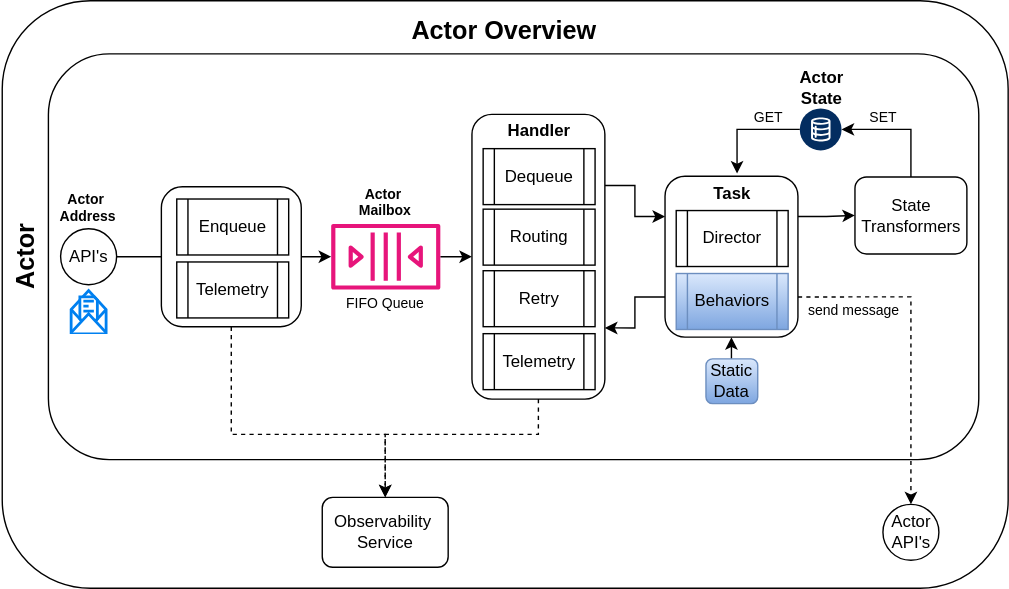
The draw.io diagram docs/ActorOverview.svg in sunlao/py_sudoku_solver, before a commit. Source tidied: cells renumbered, new cells last; positions are measured from the earlier drawing's top-left corner, leaving out a move shared by most shapes. The source it was exported from:
```xml
<mxGraphModel>
  <root>
    <mxCell id="0" />
    <mxCell id="1" parent="0" />
    <mxCell id="2" style="rounded=1;whiteSpace=wrap;html=1;" parent="1" vertex="1">
      <mxGeometry x="1" width="719" height="420" as="geometry" />
    </mxCell>
    <mxCell id="3" style="rounded=1;whiteSpace=wrap;html=1;" parent="1" vertex="1">
      <mxGeometry x="34" y="38" width="665" height="290" as="geometry" />
    </mxCell>
    <mxCell id="4" style="edgeStyle=orthogonalEdgeStyle;rounded=0;jettySize=auto;html=1;entryX=0;entryY=0.25;entryDx=0;entryDy=0;exitX=1;exitY=0.25;exitDx=0;exitDy=0;" parent="1" edge="1" source="5" target="24">
      <mxGeometry relative="1" as="geometry" />
    </mxCell>
    <mxCell id="5" value="v" style="rounded=1;whiteSpace=wrap;html=1;" parent="1" vertex="1">
      <mxGeometry x="336.7" y="81.2" width="95" height="203.5" as="geometry" />
    </mxCell>
    <mxCell id="6" style="edgeStyle=orthogonalEdgeStyle;rounded=0;jettySize=auto;html=1;entryX=0.5;entryY=0;entryDx=0;entryDy=0;dashed=1;" parent="1" edge="1" source="8" target="30">
      <mxGeometry relative="1" as="geometry">
        <Array as="points">
          <mxPoint x="165" y="310" />
          <mxPoint x="275" y="310" />
        </Array>
      </mxGeometry>
    </mxCell>
    <mxCell id="7" style="edgeStyle=orthogonalEdgeStyle;rounded=0;jettySize=auto;html=1;" parent="1" edge="1" source="8" target="12">
      <mxGeometry relative="1" as="geometry" />
    </mxCell>
    <mxCell id="8" style="rounded=1;whiteSpace=wrap;html=1;" parent="1" vertex="1">
      <mxGeometry x="114.7" y="133" width="100" height="100" as="geometry" />
    </mxCell>
    <mxCell id="9" style="edgeStyle=orthogonalEdgeStyle;rounded=0;jettySize=auto;html=1;endArrow=none;endFill=0;" parent="1" edge="1" source="10" target="8">
      <mxGeometry relative="1" as="geometry" />
    </mxCell>
    <mxCell id="10" value="API's" style="ellipse;whiteSpace=wrap;html=1;" parent="1" vertex="1">
      <mxGeometry x="42.7" y="163" width="40" height="40" as="geometry" />
    </mxCell>
    <mxCell id="11" style="edgeStyle=orthogonalEdgeStyle;rounded=0;jettySize=auto;html=1;entryX=0;entryY=0.5;entryDx=0;entryDy=0;" parent="1" edge="1" source="12" target="5">
      <mxGeometry relative="1" as="geometry" />
    </mxCell>
    <mxCell id="12" style="sketch=0;outlineConnect=0;fontColor=#232F3E;gradientColor=none;fillColor=#E7157B;strokeColor=none;dashed=0;verticalLabelPosition=bottom;verticalAlign=top;align=center;html=1;fontSize=12;fontStyle=0;shape=mxgraph.aws4.queue;" parent="1" vertex="1">
      <mxGeometry x="236.1" y="159.5" width="78" height="47" as="geometry" />
    </mxCell>
    <mxCell id="13" value="Enqueue" style="shape=process;whiteSpace=wrap;html=1;backgroundOutline=1;" parent="1" vertex="1">
      <mxGeometry x="125.7" y="141.8" width="80" height="40" as="geometry" />
    </mxCell>
    <mxCell id="14" value="Telemetry" style="shape=process;whiteSpace=wrap;html=1;backgroundOutline=1;" parent="1" vertex="1">
      <mxGeometry x="125.7" y="186.8" width="80" height="40" as="geometry" />
    </mxCell>
    <mxCell id="15" value="Routing" style="shape=process;whiteSpace=wrap;html=1;backgroundOutline=1;" parent="1" vertex="1">
      <mxGeometry x="344.7" y="149" width="80" height="40" as="geometry" />
    </mxCell>
    <mxCell id="16" value="Handler" style="text;html=1;whiteSpace=wrap;strokeColor=none;fillColor=none;align=center;verticalAlign=middle;rounded=0;fontStyle=1;" parent="1" vertex="1">
      <mxGeometry x="334.7" y="79" width="100" height="27" as="geometry" />
    </mxCell>
    <mxCell id="17" value="Retry" style="shape=process;whiteSpace=wrap;html=1;backgroundOutline=1;" parent="1" vertex="1">
      <mxGeometry x="344.7" y="193" width="80" height="40" as="geometry" />
    </mxCell>
    <mxCell id="18" style="edgeStyle=orthogonalEdgeStyle;rounded=0;jettySize=auto;html=1;entryX=0.5;entryY=0;entryDx=0;entryDy=0;exitX=0.5;exitY=1;exitDx=0;exitDy=0;dashed=1;" parent="1" edge="1" source="5" target="30">
      <mxGeometry relative="1" as="geometry">
        <Array as="points">
          <mxPoint x="384" y="310" />
          <mxPoint x="275" y="310" />
        </Array>
      </mxGeometry>
    </mxCell>
    <mxCell id="19" value="Telemetry" style="shape=process;whiteSpace=wrap;html=1;backgroundOutline=1;" parent="1" vertex="1">
      <mxGeometry x="344.7" y="238" width="80" height="40" as="geometry" />
    </mxCell>
    <mxCell id="20" style="edgeStyle=orthogonalEdgeStyle;rounded=0;jettySize=auto;html=1;exitX=1;exitY=0.75;exitDx=0;exitDy=0;dashed=1;" parent="1" edge="1" source="24" target="28">
      <mxGeometry relative="1" as="geometry" />
    </mxCell>
    <mxCell id="21" style="edgeStyle=orthogonalEdgeStyle;rounded=0;jettySize=auto;html=1;entryX=0;entryY=0.5;entryDx=0;entryDy=0;exitX=1;exitY=0.25;exitDx=0;exitDy=0;" parent="1" edge="1" source="24" target="35">
      <mxGeometry relative="1" as="geometry" />
    </mxCell>
    <mxCell id="22" style="edgeStyle=orthogonalEdgeStyle;rounded=0;jettySize=auto;html=1;entryX=1;entryY=0.75;entryDx=0;entryDy=0;exitX=0;exitY=0.75;exitDx=0;exitDy=0;" parent="1" edge="1" source="24" target="5">
      <mxGeometry relative="1" as="geometry" />
    </mxCell>
    <mxCell id="23" style="edgeStyle=orthogonalEdgeStyle;rounded=0;jettySize=auto;html=1;startArrow=classic;startFill=1;endArrow=none;endFill=0;" parent="1" edge="1" source="24" target="40">
      <mxGeometry relative="1" as="geometry" />
    </mxCell>
    <mxCell id="24" value="v" style="rounded=1;whiteSpace=wrap;html=1;" parent="1" vertex="1">
      <mxGeometry x="474.7" y="125.5" width="95" height="115" as="geometry" />
    </mxCell>
    <mxCell id="25" value="Director" style="shape=process;whiteSpace=wrap;html=1;backgroundOutline=1;" parent="1" vertex="1">
      <mxGeometry x="482.7" y="150" width="80" height="40" as="geometry" />
    </mxCell>
    <mxCell id="26" value="Task" style="text;html=1;whiteSpace=wrap;strokeColor=none;fillColor=none;align=center;verticalAlign=middle;rounded=0;fontStyle=1;" parent="1" vertex="1">
      <mxGeometry x="472.7" y="128" width="100" height="20" as="geometry" />
    </mxCell>
    <mxCell id="27" value="Behaviors" style="shape=process;whiteSpace=wrap;html=1;backgroundOutline=1;fillColor=#dae8fc;strokeColor=light-dark(#6c8ebf, #6595d7);gradientColor=#7ea6e0;" parent="1" vertex="1">
      <mxGeometry x="482.7" y="195" width="80" height="40" as="geometry" />
    </mxCell>
    <mxCell id="28" value="&lt;div&gt;Actor API's&lt;/div&gt;" style="ellipse;whiteSpace=wrap;html=1;" parent="1" vertex="1">
      <mxGeometry x="630.5" y="360" width="40" height="40" as="geometry" />
    </mxCell>
    <mxCell id="29" value="Actor Overview" style="text;html=1;whiteSpace=wrap;strokeColor=none;fillColor=none;align=center;verticalAlign=middle;rounded=0;fontStyle=1;fontSize=18;" parent="1" vertex="1">
      <mxGeometry y="8" width="720" height="27" as="geometry" />
    </mxCell>
    <mxCell id="30" value="Observability&amp;nbsp;&lt;div&gt;Service&lt;/div&gt;" style="rounded=1;whiteSpace=wrap;html=1;" parent="1" vertex="1">
      <mxGeometry x="229.7" y="355" width="90" height="50" as="geometry" />
    </mxCell>
    <mxCell id="31" value="Actor&amp;nbsp;&lt;div&gt;Mailbox&lt;/div&gt;" style="text;html=1;whiteSpace=wrap;strokeColor=none;fillColor=none;align=center;verticalAlign=middle;rounded=0;fontStyle=1;fontSize=10;" parent="1" vertex="1">
      <mxGeometry x="233" y="129.8" width="84.3" height="28.2" as="geometry" />
    </mxCell>
    <mxCell id="32" value="Actor" style="text;html=1;whiteSpace=wrap;strokeColor=none;fillColor=none;align=center;verticalAlign=top;rounded=0;fontStyle=1;fontSize=18;horizontal=0;" parent="1" vertex="1">
      <mxGeometry x="1" y="38" width="30" height="290" as="geometry" />
    </mxCell>
    <mxCell id="33" style="html=1;verticalLabelPosition=bottom;align=center;labelBackgroundColor=#ffffff;verticalAlign=top;strokeWidth=2;strokeColor=#0080F0;shadow=0;dashed=0;shape=mxgraph.ios7.icons.envelope_(message);" parent="1" vertex="1">
      <mxGeometry x="50.2" y="207.2" width="25" height="30" as="geometry" />
    </mxCell>
    <mxCell id="34" value="&lt;div&gt;&lt;font style=&quot;&quot;&gt;&lt;span style=&quot;background-color: transparent; color: light-dark(rgb(0, 0, 0), rgb(255, 255, 255));&quot;&gt;FIFO &lt;/span&gt;Queue&lt;/font&gt;&lt;br&gt;&lt;/div&gt;" style="text;html=1;whiteSpace=wrap;strokeColor=none;fillColor=none;align=center;verticalAlign=middle;rounded=0;fontStyle=0;fontSize=10;" parent="1" vertex="1">
      <mxGeometry x="235.1" y="206.8" width="80" height="18.2" as="geometry" />
    </mxCell>
    <mxCell id="35" value="State Transformers" style="rounded=1;whiteSpace=wrap;html=1;" parent="1" vertex="1">
      <mxGeometry x="610.5" y="126" width="80" height="55" as="geometry" />
    </mxCell>
    <mxCell id="36" value="&lt;font style=&quot;font-size: 12px;&quot;&gt;Actor&lt;/font&gt;&lt;div&gt;&lt;font style=&quot;font-size: 12px;&quot;&gt;State&lt;/font&gt;&lt;/div&gt;" style="text;html=1;whiteSpace=wrap;strokeColor=none;fillColor=none;align=center;verticalAlign=middle;rounded=0;fontStyle=1;fontSize=10;" parent="1" vertex="1">
      <mxGeometry x="556.5" y="48" width="60" height="27" as="geometry" />
    </mxCell>
    <mxCell id="37" style="edgeStyle=orthogonalEdgeStyle;rounded=0;jettySize=auto;html=1;entryX=0.5;entryY=0;entryDx=0;entryDy=0;startArrow=classic;startFill=1;endArrow=none;endFill=0;" parent="1" edge="1" source="38" target="35">
      <mxGeometry relative="1" as="geometry" />
    </mxCell>
    <mxCell id="38" style="verticalLabelPosition=bottom;html=1;shape=mxgraph.salesforce.data2;fillColorStyles=fillColor2,fillColor3;fillColor2=#032d60;fillColor3=#ffffff;fillColor=none;strokeColor=none;" parent="1" vertex="1">
      <mxGeometry x="571" y="77" width="30" height="30" as="geometry" />
    </mxCell>
    <mxCell id="39" value="Actor&amp;nbsp;&lt;div&gt;Address&lt;/div&gt;" style="text;html=1;whiteSpace=wrap;strokeColor=none;fillColor=none;align=center;verticalAlign=middle;rounded=0;fontStyle=1;fontSize=10;" parent="1" vertex="1">
      <mxGeometry x="35.3" y="135" width="54.9" height="25" as="geometry" />
    </mxCell>
    <mxCell id="40" value="&lt;div&gt;Static Data&lt;/div&gt;" style="rounded=1;whiteSpace=wrap;html=1;fillColor=#dae8fc;strokeColor=light-dark(#6c8ebf, #6595d7);gradientColor=#7ea6e0;" parent="1" vertex="1">
      <mxGeometry x="504" y="256" width="37" height="32" as="geometry" />
    </mxCell>
    <mxCell id="41" value="Dequeue" style="shape=process;whiteSpace=wrap;html=1;backgroundOutline=1;" parent="1" vertex="1">
      <mxGeometry x="344.7" y="105.8" width="80" height="40" as="geometry" />
    </mxCell>
    <mxCell id="42" value="&lt;div&gt;GET&lt;/div&gt;" style="text;html=1;whiteSpace=wrap;strokeColor=none;fillColor=none;align=center;verticalAlign=middle;rounded=0;fontStyle=0;fontSize=10;" parent="1" vertex="1">
      <mxGeometry x="527" y="73" width="44" height="19.8" as="geometry" />
    </mxCell>
    <mxCell id="43" value="&lt;div&gt;send message&lt;/div&gt;" style="text;html=1;whiteSpace=wrap;strokeColor=none;fillColor=none;align=center;verticalAlign=middle;rounded=0;fontStyle=0;fontSize=10;" parent="1" vertex="1">
      <mxGeometry x="570" y="211.4" width="80" height="19.8" as="geometry" />
    </mxCell>
    <mxCell id="44" style="edgeStyle=orthogonalEdgeStyle;rounded=0;jettySize=auto;html=1;entryX=0.542;entryY=-0.017;entryDx=0;entryDy=0;entryPerimeter=0;" parent="1" edge="1" source="38" target="24">
      <mxGeometry relative="1" as="geometry" />
    </mxCell>
    <mxCell id="45" value="&lt;div&gt;SET&lt;/div&gt;" style="text;html=1;whiteSpace=wrap;strokeColor=none;fillColor=none;align=center;verticalAlign=middle;rounded=0;fontStyle=0;fontSize=10;" parent="1" vertex="1">
      <mxGeometry x="610" y="73" width="41.5" height="19.8" as="geometry" />
    </mxCell>
  </root>
</mxGraphModel>
```
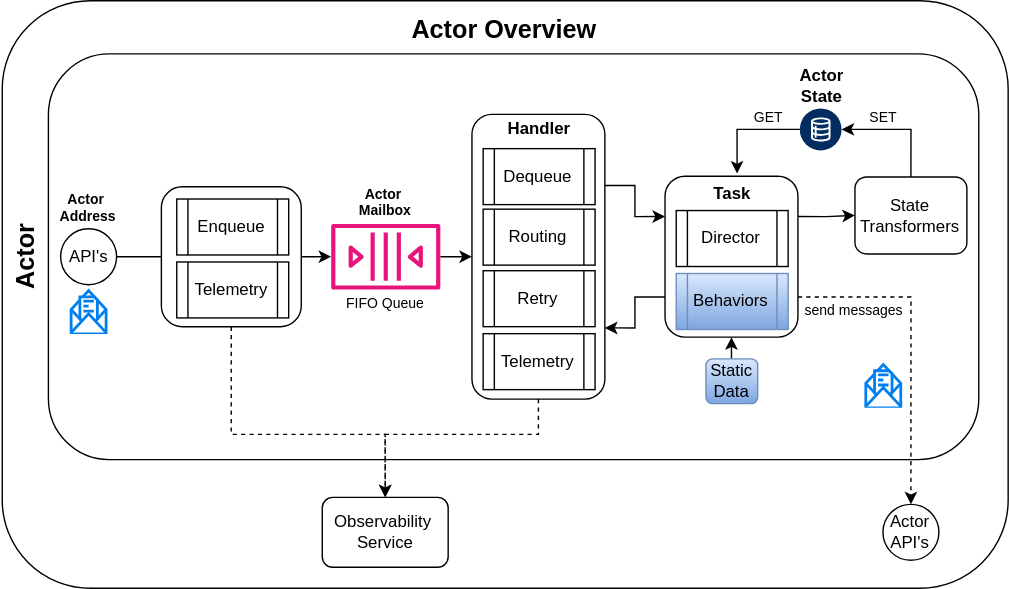
The same file after the commit.

Change to the diagram source:
```diff
@@ -135,7 +135,7 @@
     <mxCell id="42" value="&lt;div&gt;GET&lt;/div&gt;" style="text;html=1;whiteSpace=wrap;strokeColor=none;fillColor=none;align=center;verticalAlign=middle;rounded=0;fontStyle=0;fontSize=10;" parent="1" vertex="1">
       <mxGeometry x="527" y="73" width="44" height="19.8" as="geometry" />
     </mxCell>
-    <mxCell id="43" value="&lt;div&gt;send message&lt;/div&gt;" style="text;html=1;whiteSpace=wrap;strokeColor=none;fillColor=none;align=center;verticalAlign=middle;rounded=0;fontStyle=0;fontSize=10;" parent="1" vertex="1">
+    <mxCell id="43" value="&lt;div&gt;send messages&lt;/div&gt;" style="text;html=1;whiteSpace=wrap;strokeColor=none;fillColor=none;align=center;verticalAlign=middle;rounded=0;fontStyle=0;fontSize=10;" parent="1" vertex="1">
       <mxGeometry x="570" y="211.4" width="80" height="19.8" as="geometry" />
     </mxCell>
     <mxCell id="44" style="edgeStyle=orthogonalEdgeStyle;rounded=0;jettySize=auto;html=1;entryX=0.542;entryY=-0.017;entryDx=0;entryDy=0;entryPerimeter=0;" parent="1" edge="1" source="38" target="24">
@@ -144,5 +144,8 @@
     <mxCell id="45" value="&lt;div&gt;SET&lt;/div&gt;" style="text;html=1;whiteSpace=wrap;strokeColor=none;fillColor=none;align=center;verticalAlign=middle;rounded=0;fontStyle=0;fontSize=10;" parent="1" vertex="1">
       <mxGeometry x="610" y="73" width="41.5" height="19.8" as="geometry" />
     </mxCell>
+    <mxCell id="46" style="html=1;verticalLabelPosition=bottom;align=center;labelBackgroundColor=#ffffff;verticalAlign=top;strokeWidth=2;strokeColor=#0080F0;shadow=0;dashed=0;shape=mxgraph.ios7.icons.envelope_(message);" parent="1" vertex="1">
+      <mxGeometry x="618.2" y="260" width="25" height="30" as="geometry" />
+    </mxCell>
   </root>
 </mxGraphModel>
```
